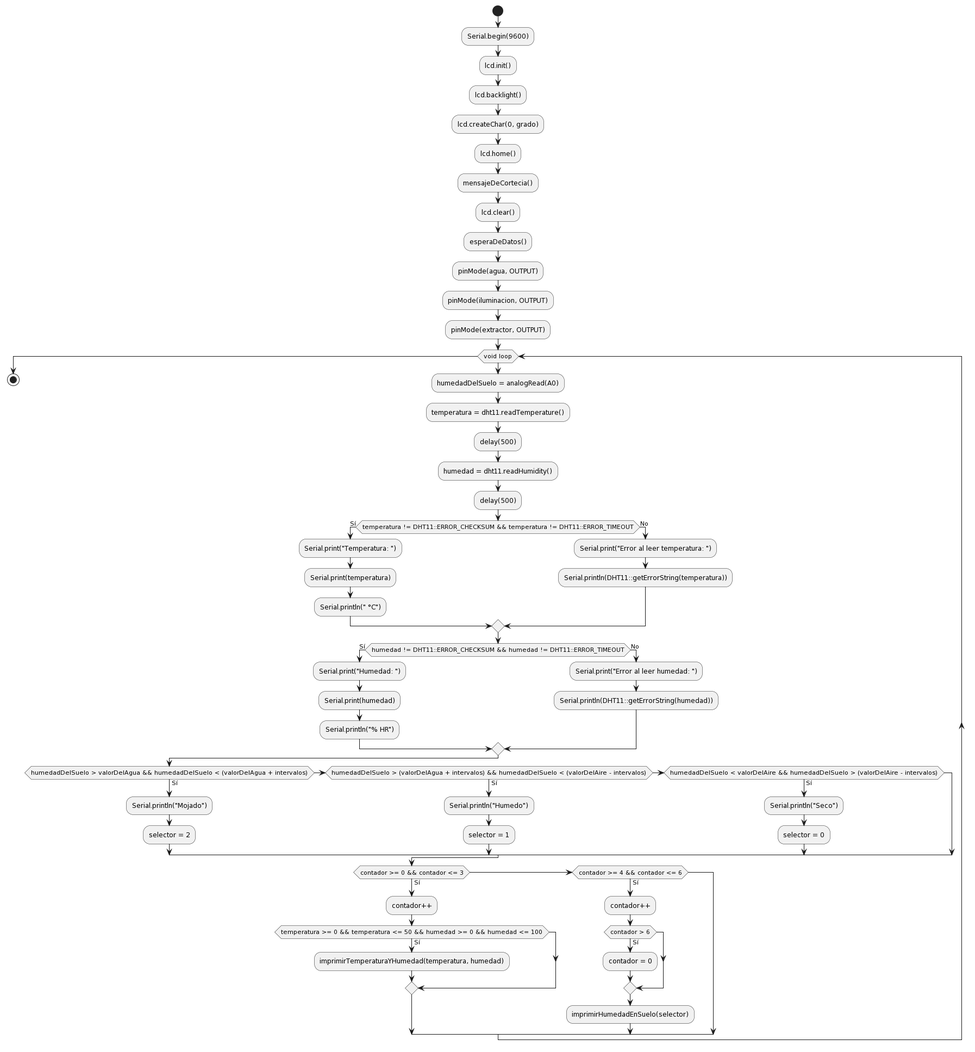
The PlantUML diagram Diagrama de flujo 1.0.png in Carlitoooos/Proyecto-invernadero, before a commit.
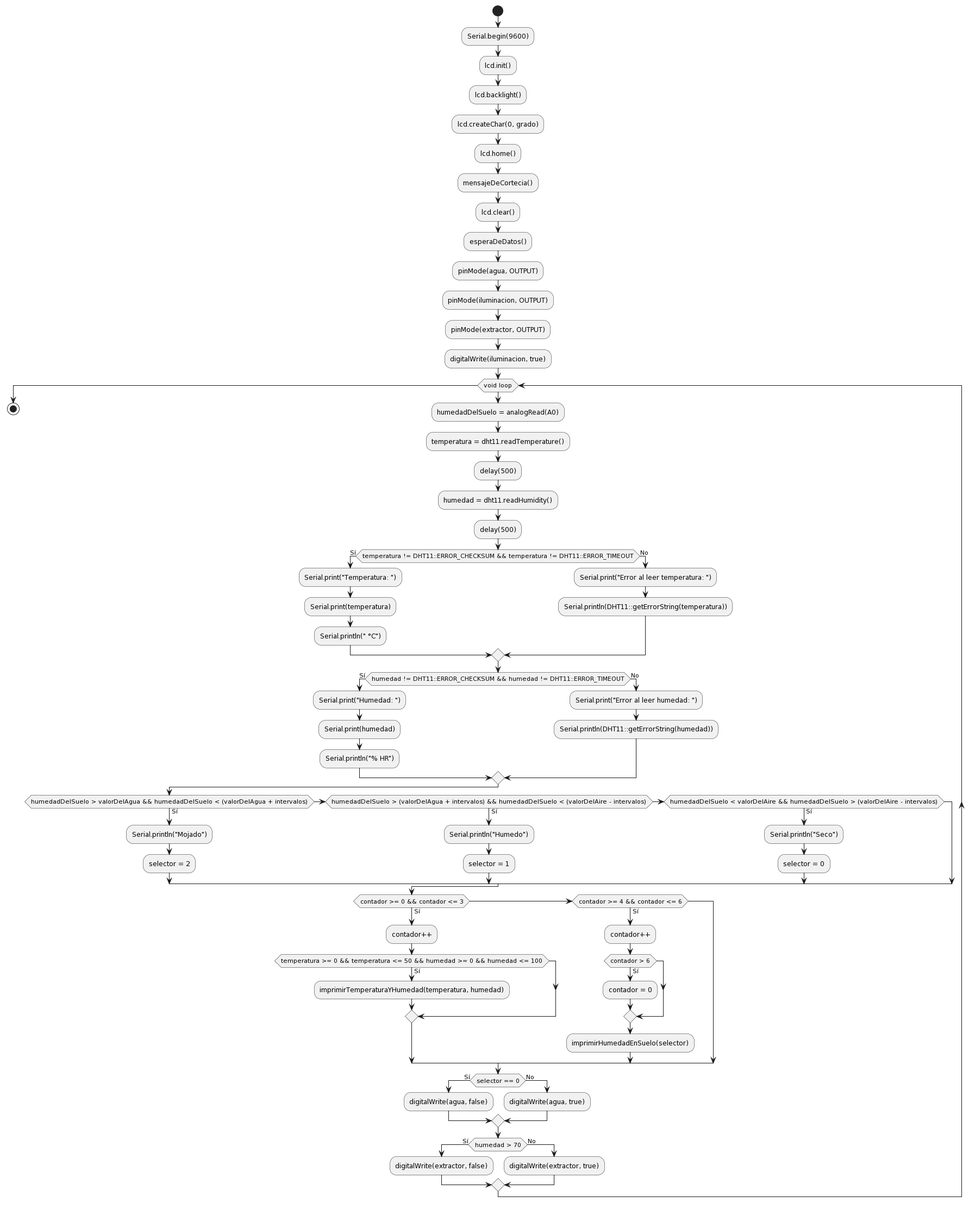
Later version of the same file.

What changed in the source:
```diff
@@ -11,6 +11,7 @@
 :pinMode(agua, OUTPUT);
 :pinMode(iluminacion, OUTPUT);
 :pinMode(extractor, OUTPUT);
+:digitalWrite(iluminacion, true);
 
 while (void loop)
   :humedadDelSuelo = analogRead(A0);
@@ -60,6 +61,18 @@
     endif
     :imprimirHumedadEnSuelo(selector);
   endif
+
+  if (selector == 0) then (Sí)
+    :digitalWrite(agua, false);
+  else (No)
+    :digitalWrite(agua, true);
+  endif
+
+  if (humedad > 70) then (Sí)
+    :digitalWrite(extractor, false);
+  else (No)
+    :digitalWrite(extractor, true);
+  endif
 endwhile
 
 stop
```
